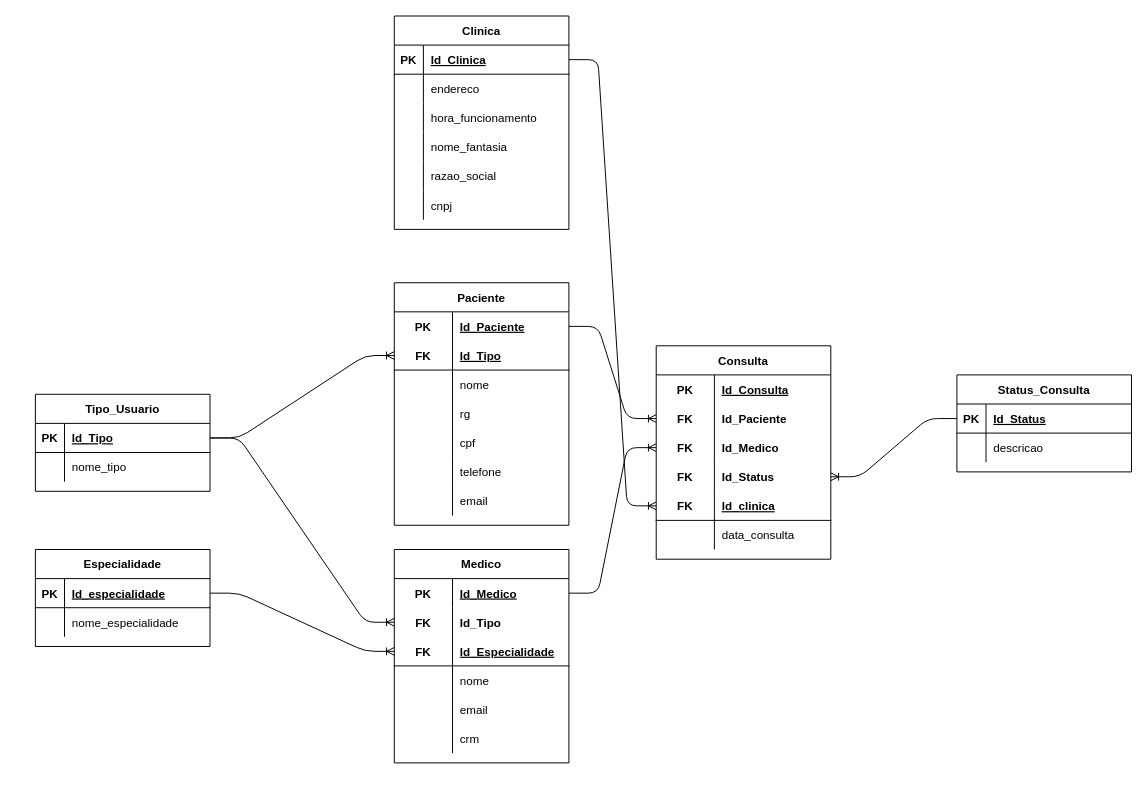
This is page "Lógico" (2 of 2) of Banco de Dados/Modelagens/SP Medical Group.drawio from Leonardo-Souza-de-Castro/Projeto-SP-Medical-Group, a draw.io file, before an edit. Source tidied: cells renumbered, new cells numbered last; positions are measured from the earlier drawing's top-left corner, leaving out a move shared by most shapes. Both pictures are drawn from the tidied source at 97%, with x=0, y=0 at pixel (35, 16).
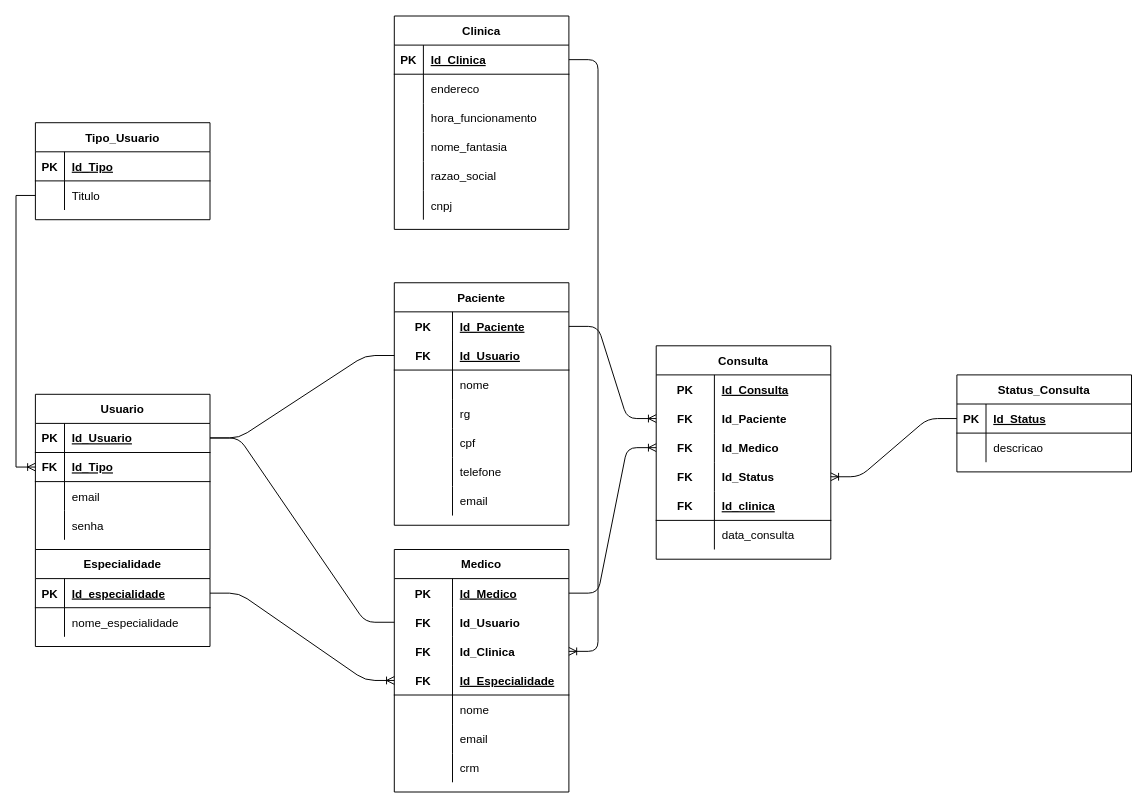
The same diagram, later.

Unchanged cells that the change refers to:
```xml
<mxCell id="3" style="shape=partialRectangle;fillColor=none;top=0;left=0;bottom=1;right=0;points=[[0,0.5],[1,0.5]];portConstraint=eastwest;" parent="2" vertex="1">
  <mxGeometry y="30" width="180" height="30" as="geometry" />
</mxCell>
<mxCell id="22" style="shape=partialRectangle;fillColor=none;top=0;left=0;bottom=1;right=0;points=[[0,0.5],[1,0.5]];portConstraint=eastwest;" parent="21" vertex="1">
  <mxGeometry y="30" width="180" height="30" as="geometry" />
</mxCell>
<mxCell id="46" style="shape=partialRectangle;fillColor=none;top=0;left=0;bottom=0;right=0;points=[[0,0.5],[1,0.5]];portConstraint=eastwest;" parent="42" vertex="1">
  <mxGeometry y="60" width="180" height="30" as="geometry" />
</mxCell>
<mxCell id="65" style="shape=partialRectangle;fillColor=none;top=0;left=0;bottom=1;right=0;points=[[0,0.5],[1,0.5]];portConstraint=eastwest;" parent="61" vertex="1">
  <mxGeometry y="60" width="180" height="30" as="geometry" />
</mxCell>
<mxCell id="96" style="shape=partialRectangle;fillColor=none;top=0;left=0;bottom=1;right=0;points=[[0,0.5],[1,0.5]];portConstraint=eastwest;" parent="83" vertex="1">
  <mxGeometry y="150" width="180" height="30" as="geometry" />
</mxCell>
```

What changed in the source:
```diff
@@
-    <mxCell id="21" value="Tipo_Usuario" style="shape=table;startSize=30;childLayout=tableLayout;rowLines=0;fontStyle=1;align=center;" parent="1" vertex="1">
-      <mxGeometry y="390" width="180" height="100" as="geometry" />
+    <mxCell id="21" value="Usuario" style="shape=table;startSize=30;childLayout=tableLayout;rowLines=0;fontStyle=1;align=center;" parent="1" vertex="1">
+      <mxGeometry y="390" width="180" height="160" as="geometry" />
     </mxCell>
@@
-    <mxCell id="24" value="Id_Tipo" style="shape=partialRectangle;fillColor=none;top=0;left=0;bottom=0;right=0;align=left;spacingLeft=6;fontStyle=5;overflow=hidden;" parent="22" vertex="1">
+    <mxCell id="24" value="Id_Usuario" style="shape=partialRectangle;fillColor=none;top=0;left=0;bottom=0;right=0;align=left;spacingLeft=6;fontStyle=5;overflow=hidden;" parent="22" vertex="1">
       <mxGeometry x="30" width="150" height="30" as="geometry" />
     </mxCell>
+    <mxCell id="109" style="shape=partialRectangle;fillColor=none;top=0;left=0;bottom=1;right=0;points=[[0,0.5],[1,0.5]];portConstraint=eastwest;" parent="21" vertex="1">
+      <mxGeometry y="60" width="180" height="30" as="geometry" />
+    </mxCell>
+    <mxCell id="110" value="FK" style="shape=partialRectangle;fillColor=none;top=0;left=0;bottom=0;right=0;fontStyle=1;overflow=hidden;" parent="109" vertex="1">
+      <mxGeometry width="30" height="30" as="geometry" />
+    </mxCell>
+    <mxCell id="111" value="Id_Tipo" style="shape=partialRectangle;fillColor=none;top=0;left=0;bottom=0;right=0;align=left;spacingLeft=6;fontStyle=5;overflow=hidden;" parent="109" vertex="1">
+      <mxGeometry x="30" width="150" height="30" as="geometry" />
+    </mxCell>
     <mxCell id="25" style="shape=partialRectangle;fillColor=none;top=0;left=0;bottom=0;right=0;" parent="21" vertex="1">
-      <mxGeometry y="60" width="180" height="30" as="geometry" />
+      <mxGeometry y="90" width="180" height="30" as="geometry" />
     </mxCell>
@@
-    <mxCell id="27" value="nome_tipo" style="shape=partialRectangle;fillColor=none;top=0;left=0;bottom=0;right=0;align=left;spacingLeft=6;overflow=hidden;" parent="25" vertex="1">
+    <mxCell id="27" value="email" style="shape=partialRectangle;fillColor=none;top=0;left=0;bottom=0;right=0;align=left;spacingLeft=6;overflow=hidden;" parent="25" vertex="1">
       <mxGeometry x="30" width="150" height="30" as="geometry" />
     </mxCell>
+    <mxCell id="112" style="shape=partialRectangle;fillColor=none;top=0;left=0;bottom=0;right=0;" parent="21" vertex="1">
+      <mxGeometry y="120" width="180" height="30" as="geometry" />
+    </mxCell>
+    <mxCell id="113" style="shape=partialRectangle;fillColor=none;top=0;left=0;bottom=0;right=0;overflow=hidden;" parent="112" vertex="1">
+      <mxGeometry width="30" height="30" as="geometry" />
+    </mxCell>
+    <mxCell id="114" value="senha" style="shape=partialRectangle;fillColor=none;top=0;left=0;bottom=0;right=0;align=left;spacingLeft=6;overflow=hidden;" parent="112" vertex="1">
+      <mxGeometry x="30" width="150" height="30" as="geometry" />
+    </mxCell>
@@
     <mxCell id="42" value="Medico" style="shape=table;startSize=30;childLayout=tableLayout;rowLines=0;fontStyle=1;align=center;" parent="1" vertex="1">
-      <mxGeometry x="370" y="550" width="180" height="220" as="geometry" />
+      <mxGeometry x="370" y="550" width="180" height="250" as="geometry" />
     </mxCell>
@@
-    <mxCell id="48" value="Id_Tipo" style="shape=partialRectangle;fillColor=none;top=0;left=0;bottom=0;right=0;align=left;spacingLeft=6;fontStyle=1;overflow=hidden;" parent="46" vertex="1">
+    <mxCell id="48" value="Id_Usuario" style="shape=partialRectangle;fillColor=none;top=0;left=0;bottom=0;right=0;align=left;spacingLeft=6;fontStyle=1;overflow=hidden;" parent="46" vertex="1">
       <mxGeometry x="60" width="120" height="30" as="geometry" />
     </mxCell>
+    <mxCell id="115" style="shape=partialRectangle;fillColor=none;top=0;left=0;bottom=0;right=0;points=[[0,0.5],[1,0.5]];portConstraint=eastwest;" parent="42" vertex="1">
+      <mxGeometry y="90" width="180" height="30" as="geometry" />
+    </mxCell>
+    <mxCell id="116" value="FK" style="shape=partialRectangle;fillColor=none;top=0;left=0;bottom=0;right=0;fontStyle=1;overflow=hidden;" parent="115" vertex="1">
+      <mxGeometry width="60" height="30" as="geometry" />
+    </mxCell>
+    <mxCell id="117" value="Id_Clinica" style="shape=partialRectangle;fillColor=none;top=0;left=0;bottom=0;right=0;align=left;spacingLeft=6;fontStyle=1;overflow=hidden;" parent="115" vertex="1">
+      <mxGeometry x="60" width="120" height="30" as="geometry" />
+    </mxCell>
     <mxCell id="49" style="shape=partialRectangle;fillColor=none;top=0;left=0;bottom=1;right=0;points=[[0,0.5],[1,0.5]];portConstraint=eastwest;" parent="42" vertex="1">
-      <mxGeometry y="90" width="180" height="30" as="geometry" />
+      <mxGeometry y="120" width="180" height="30" as="geometry" />
     </mxCell>
@@
     <mxCell id="52" style="shape=partialRectangle;fillColor=none;top=0;left=0;bottom=0;right=0;" parent="42" vertex="1">
-      <mxGeometry y="120" width="180" height="30" as="geometry" />
+      <mxGeometry y="150" width="180" height="30" as="geometry" />
     </mxCell>
@@
     <mxCell id="55" style="shape=partialRectangle;fillColor=none;top=0;left=0;bottom=0;right=0;" parent="42" vertex="1">
-      <mxGeometry y="150" width="180" height="30" as="geometry" />
+      <mxGeometry y="180" width="180" height="30" as="geometry" />
     </mxCell>
@@
     <mxCell id="58" style="shape=partialRectangle;fillColor=none;top=0;left=0;bottom=0;right=0;" parent="42" vertex="1">
-      <mxGeometry y="180" width="180" height="30" as="geometry" />
+      <mxGeometry y="210" width="180" height="30" as="geometry" />
     </mxCell>
@@
-    <mxCell id="67" value="Id_Tipo" style="shape=partialRectangle;fillColor=none;top=0;left=0;bottom=0;right=0;align=left;spacingLeft=6;fontStyle=5;overflow=hidden;" parent="65" vertex="1">
+    <mxCell id="67" value="Id_Usuario" style="shape=partialRectangle;fillColor=none;top=0;left=0;bottom=0;right=0;align=left;spacingLeft=6;fontStyle=5;overflow=hidden;" parent="65" vertex="1">
       <mxGeometry x="60" width="120" height="30" as="geometry" />
     </mxCell>
@@
-    <mxCell id="102" style="edgeStyle=entityRelationEdgeStyle;fontSize=12;html=1;endArrow=ERoneToMany;" parent="1" edge="1" source="22" target="65">
+    <mxCell id="102" style="edgeStyle=entityRelationEdgeStyle;fontSize=12;html=1;endArrow=none;endFill=0;" parent="1" edge="1" source="22" target="65">
       <mxGeometry relative="1" as="geometry" />
     </mxCell>
@@
-    <mxCell id="104" style="edgeStyle=entityRelationEdgeStyle;fontSize=12;html=1;endArrow=ERoneToMany;" parent="1" edge="1" source="22" target="46">
+    <mxCell id="104" style="edgeStyle=entityRelationEdgeStyle;fontSize=12;html=1;endArrow=none;endFill=0;" parent="1" edge="1" source="22" target="46">
       <mxGeometry relative="1" as="geometry" />
     </mxCell>
@@
-    <mxCell id="108" style="edgeStyle=entityRelationEdgeStyle;fontSize=12;html=1;endArrow=ERoneToMany;" parent="1" edge="1" source="3" target="96">
+    <mxCell id="108" style="edgeStyle=entityRelationEdgeStyle;fontSize=12;html=1;endArrow=ERoneToMany;" parent="1" edge="1" source="3" target="115">
       <mxGeometry relative="1" as="geometry" />
     </mxCell>
+    <mxCell id="118" value="Tipo_Usuario" style="shape=table;startSize=30;childLayout=tableLayout;rowLines=0;fontStyle=1;align=center;" parent="1" vertex="1">
+      <mxGeometry y="110" width="180" height="100" as="geometry" />
+    </mxCell>
+    <mxCell id="119" style="shape=partialRectangle;fillColor=none;top=0;left=0;bottom=1;right=0;" parent="118" vertex="1">
+      <mxGeometry y="30" width="180" height="30" as="geometry" />
+    </mxCell>
+    <mxCell id="120" value="PK" style="shape=partialRectangle;fillColor=none;top=0;left=0;bottom=0;right=0;fontStyle=1;overflow=hidden;" parent="119" vertex="1">
+      <mxGeometry width="30" height="30" as="geometry" />
+    </mxCell>
+    <mxCell id="121" value="Id_Tipo" style="shape=partialRectangle;fillColor=none;top=0;left=0;bottom=0;right=0;align=left;spacingLeft=6;fontStyle=5;overflow=hidden;" parent="119" vertex="1">
+      <mxGeometry x="30" width="150" height="30" as="geometry" />
+    </mxCell>
+    <mxCell id="122" style="shape=partialRectangle;fillColor=none;top=0;left=0;bottom=0;right=0;points=[[0,0.5],[1,0.5]];portConstraint=eastwest;" parent="118" vertex="1">
+      <mxGeometry y="60" width="180" height="30" as="geometry" />
+    </mxCell>
+    <mxCell id="123" style="shape=partialRectangle;fillColor=none;top=0;left=0;bottom=0;right=0;overflow=hidden;" parent="122" vertex="1">
+      <mxGeometry width="30" height="30" as="geometry" />
+    </mxCell>
+    <mxCell id="124" value="Titulo" style="shape=partialRectangle;fillColor=none;top=0;left=0;bottom=0;right=0;align=left;spacingLeft=6;overflow=hidden;" parent="122" vertex="1">
+      <mxGeometry x="30" width="150" height="30" as="geometry" />
+    </mxCell>
+    <mxCell id="125" style="edgeStyle=orthogonalEdgeStyle;rounded=0;jettySize=auto;html=1;entryX=0;entryY=0.5;entryDx=0;entryDy=0;endArrow=ERoneToMany;endFill=0;startArrow=none;startFill=0;" parent="1" edge="1" source="122" target="109">
+      <mxGeometry relative="1" as="geometry" />
+    </mxCell>
```
